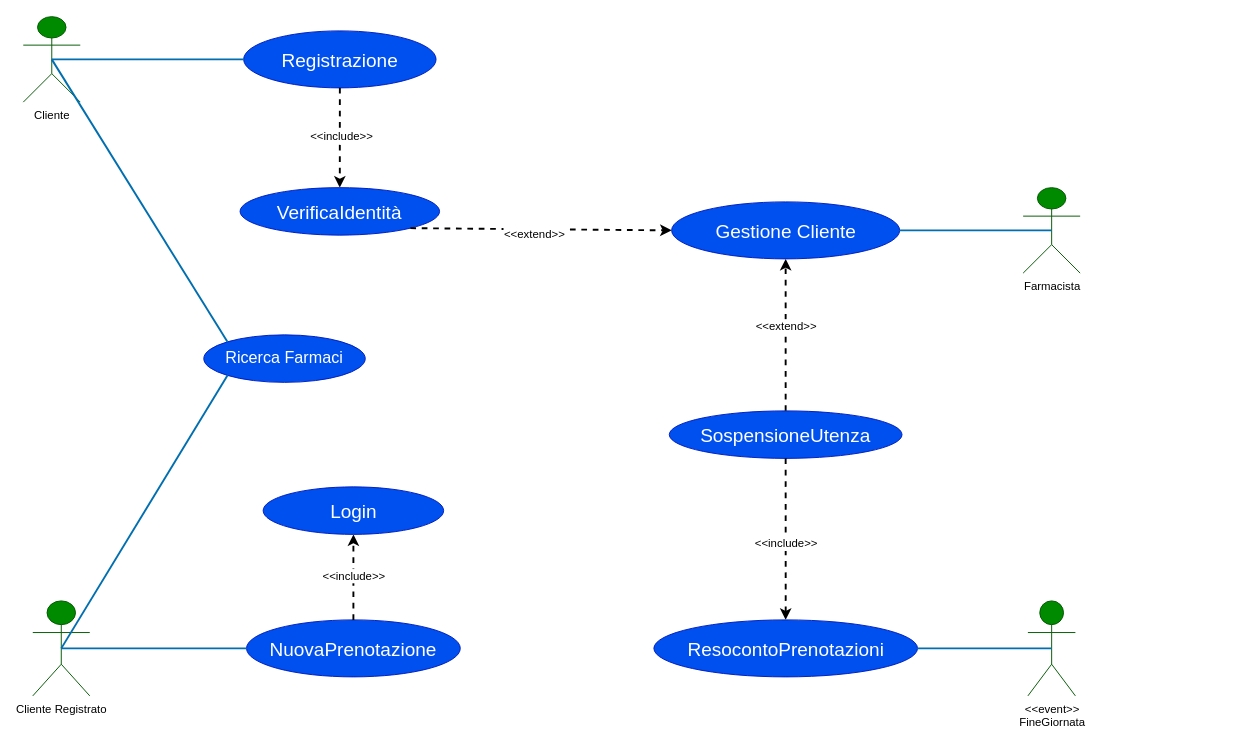
Above: CasiUso.drawio in lnwor/farmabyte-doc (draw.io), before the change. Source tidied: cells renumbered, new cells numbered last; positions are measured from the earlier drawing's top-left corner, leaving out a move shared by most shapes. Both pictures are drawn from the tidied source at 95%, with x=0, y=0 at pixel (23, 16).
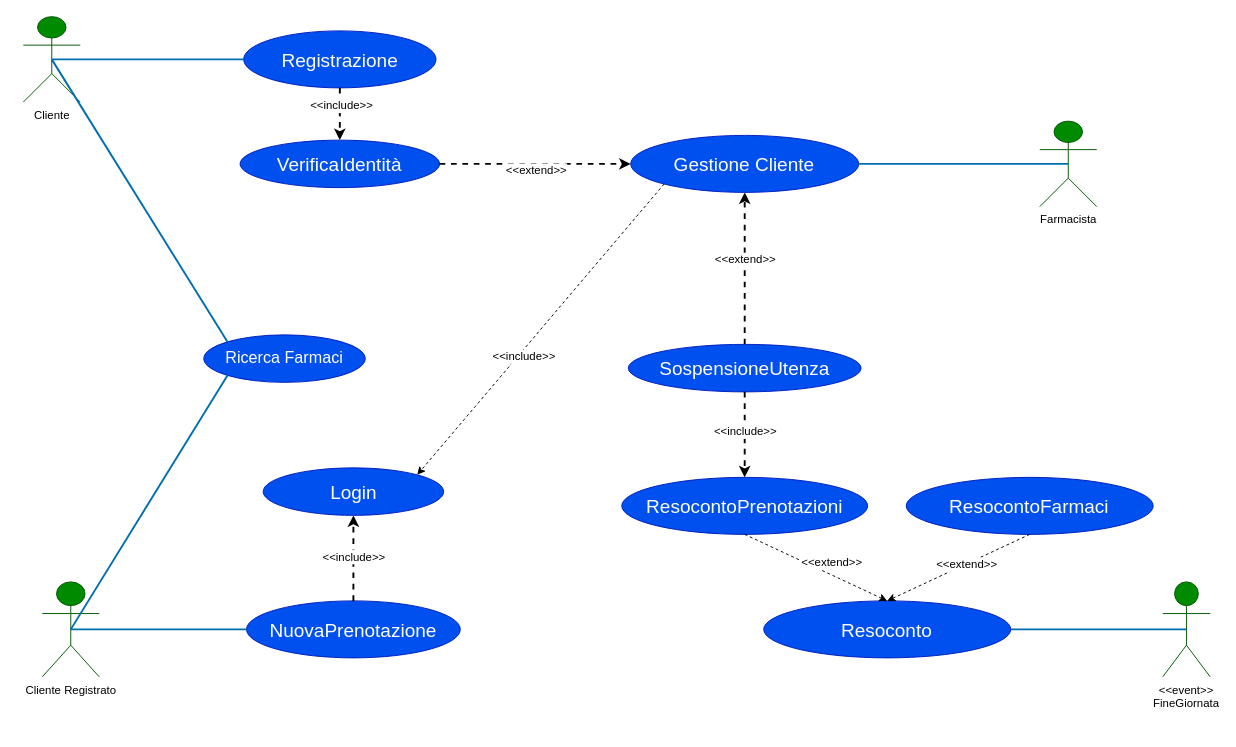
After the change.

Commit message (it also covers changes not shown here):
aggiornati requisiti

What changed in the source:
```diff
@@
     <mxCell id="3" value="Farmacista" style="shape=umlActor;verticalLabelPosition=bottom;verticalAlign=top;html=1;outlineConnect=0;labelBackgroundColor=none;fillColor=#008a00;strokeColor=#005700;" parent="1" vertex="1">
-      <mxGeometry x="1052.5" y="180" width="60" height="90" as="geometry" />
+      <mxGeometry x="1070" y="110" width="60" height="90" as="geometry" />
     </mxCell>
@@
     <mxCell id="5" value="&lt;div&gt;Cliente Registrato&lt;/div&gt;" style="shape=umlActor;verticalLabelPosition=bottom;verticalAlign=top;html=1;outlineConnect=0;labelBackgroundColor=none;fillColor=#008a00;strokeColor=#005700;" parent="1" vertex="1">
-      <mxGeometry x="10" y="615" width="60" height="100" as="geometry" />
+      <mxGeometry x="20" y="595" width="60" height="100" as="geometry" />
     </mxCell>
     <mxCell id="6" value="Gestione Cliente" style="ellipse;whiteSpace=wrap;html=1;labelBackgroundColor=none;fillColor=#0050ef;strokeColor=#001DBC;fontColor=#FFFFFF;fontSize=20;" parent="1" vertex="1">
-      <mxGeometry x="682.5" y="195" width="240" height="60" as="geometry" />
+      <mxGeometry x="639.4" y="125" width="240" height="60" as="geometry" />
     </mxCell>
     <mxCell id="7" value="NuovaPrenotazione" style="ellipse;whiteSpace=wrap;html=1;labelBackgroundColor=none;fontSize=20;fontColor=#ffffff;fillColor=#0050ef;strokeColor=#001DBC;" parent="1" vertex="1">
-      <mxGeometry x="235" y="635" width="225" height="60" as="geometry" />
+      <mxGeometry x="235" y="615" width="225" height="60" as="geometry" />
     </mxCell>
@@
     <mxCell id="10" value="&lt;div&gt;Login&lt;/div&gt;" style="ellipse;whiteSpace=wrap;html=1;labelBackgroundColor=none;fontSize=20;fontColor=#ffffff;fillColor=#0050ef;strokeColor=#001DBC;" parent="1" vertex="1">
-      <mxGeometry x="252.5" y="495" width="190" height="50" as="geometry" />
+      <mxGeometry x="252.5" y="475" width="190" height="50" as="geometry" />
     </mxCell>
     <mxCell id="11" value="VerificaIdentità" style="ellipse;whiteSpace=wrap;html=1;labelBackgroundColor=none;fontSize=20;fontColor=#ffffff;fillColor=#0050ef;strokeColor=#001DBC;" parent="1" vertex="1">
-      <mxGeometry x="228.2" y="180" width="210" height="50" as="geometry" />
+      <mxGeometry x="228.2" y="130" width="210" height="50" as="geometry" />
     </mxCell>
@@
-    <mxCell id="14" style="endArrow=classic;html=1;shadow=0;dashed=1;strokeColor=#000000;strokeWidth=2;fontSize=12;fontColor=#000000;exitX=1;exitY=1;exitDx=0;exitDy=0;entryX=0;entryY=0.5;entryDx=0;entryDy=0;" parent="1" edge="1" source="11" target="6">
+    <mxCell id="14" style="endArrow=classic;html=1;shadow=0;dashed=1;strokeColor=#000000;strokeWidth=2;fontSize=12;fontColor=#000000;exitX=1;exitY=0.5;exitDx=0;exitDy=0;entryX=0;entryY=0.5;entryDx=0;entryDy=0;" parent="1" edge="1" source="11" target="6">
       <mxGeometry relative="1" as="geometry" />
     </mxCell>
@@
-    <mxCell id="21" style="endArrow=none;html=1;shadow=0;strokeColor=#006EAF;strokeWidth=2;fontSize=17;fontColor=#000000;entryX=0.5;entryY=0.5;entryDx=0;entryDy=0;entryPerimeter=0;exitX=1;exitY=0.5;exitDx=0;exitDy=0;fillColor=#1ba1e2;" parent="1" edge="1" source="6" target="3">
+    <mxCell id="21" style="endArrow=none;html=1;shadow=0;strokeColor=#006EAF;strokeWidth=2;fontSize=17;fontColor=#000000;exitX=1;exitY=0.5;exitDx=0;exitDy=0;fillColor=#1ba1e2;entryX=0.5;entryY=0.5;entryDx=0;entryDy=0;entryPerimeter=0;" parent="1" edge="1" source="6" target="3">
       <mxGeometry relative="1" as="geometry" />
     </mxCell>
     <mxCell id="22" value="SospensioneUtenza" style="ellipse;whiteSpace=wrap;html=1;labelBackgroundColor=none;fontSize=20;fontColor=#ffffff;fillColor=#0050ef;strokeColor=#001DBC;direction=west;" parent="1" vertex="1">
-      <mxGeometry x="680" y="415" width="245" height="50" as="geometry" />
+      <mxGeometry x="636.9" y="345" width="245" height="50" as="geometry" />
     </mxCell>
@@
     <mxCell id="25" value="&lt;div&gt;&amp;lt;&amp;lt;event&amp;gt;&amp;gt;&lt;/div&gt;&lt;div&gt;FineGiornata&lt;br&gt;&lt;/div&gt;" style="shape=umlActor;verticalLabelPosition=bottom;verticalAlign=top;html=1;outlineConnect=0;labelBackgroundColor=none;fontSize=12;fillColor=#008a00;strokeColor=#005700;" parent="1" vertex="1">
-      <mxGeometry x="1057.5" y="615" width="50" height="100" as="geometry" />
+      <mxGeometry x="1199.4" y="595" width="50" height="100" as="geometry" />
     </mxCell>
     <mxCell id="26" value="ResocontoPrenotazioni" style="ellipse;whiteSpace=wrap;html=1;labelBackgroundColor=none;fontSize=20;fontColor=#ffffff;fillColor=#0050ef;strokeColor=#001DBC;" parent="1" vertex="1">
-      <mxGeometry x="663.8" y="635" width="277.5" height="60" as="geometry" />
+      <mxGeometry x="630" y="485" width="258.8" height="60" as="geometry" />
     </mxCell>
-    <mxCell id="27" style="endArrow=none;html=1;shadow=0;strokeColor=#006EAF;strokeWidth=2;fontSize=20;fontColor=#000000;entryX=0.5;entryY=0.5;entryDx=0;entryDy=0;entryPerimeter=0;exitX=1;exitY=0.5;exitDx=0;exitDy=0;fillColor=#1ba1e2;" parent="1" edge="1" source="26" target="25">
+    <mxCell id="27" style="endArrow=none;html=1;shadow=0;strokeColor=#006EAF;strokeWidth=2;fontSize=20;fontColor=#000000;entryX=0.5;entryY=0.5;entryDx=0;entryDy=0;entryPerimeter=0;exitX=1;exitY=0.5;exitDx=0;exitDy=0;fillColor=#1ba1e2;" parent="1" edge="1" source="30" target="25">
       <mxGeometry relative="1" as="geometry" />
     </mxCell>
@@
+    <mxCell id="30" value="Resoconto" style="ellipse;whiteSpace=wrap;html=1;fillColor=#0050ef;strokeColor=#001DBC;fontColor=#ffffff;fontSize=20;" parent="1" vertex="1">
+      <mxGeometry x="779.4" y="615" width="260" height="60" as="geometry" />
+    </mxCell>
+    <mxCell id="31" style="endArrow=classic;html=1;fontSize=20;exitX=0.5;exitY=1;exitDx=0;exitDy=0;entryX=0.5;entryY=0;entryDx=0;entryDy=0;dashed=1;" parent="1" edge="1" source="26" target="30">
+      <mxGeometry relative="1" as="geometry" />
+    </mxCell>
+    <mxCell id="32" value="&amp;lt;&amp;lt;extend&amp;gt;&amp;gt;" style="edgeLabel;html=1;align=center;verticalAlign=middle;fontSize=12;" parent="31" vertex="1">
+      <mxGeometry x="0.23" y="3" relative="1" as="geometry">
+        <mxPoint x="-3" y="-11.2" as="offset" />
+      </mxGeometry>
+    </mxCell>
+    <mxCell id="33" value="ResocontoFarmaci" style="ellipse;whiteSpace=wrap;html=1;fontSize=20;fillColor=#0050ef;strokeColor=#001DBC;fontColor=#ffffff;" parent="1" vertex="1">
+      <mxGeometry x="929.4" y="485" width="260" height="60" as="geometry" />
+    </mxCell>
+    <mxCell id="34" style="endArrow=classic;html=1;dashed=1;fontSize=20;exitX=0.5;exitY=1;exitDx=0;exitDy=0;entryX=0.5;entryY=0;entryDx=0;entryDy=0;" parent="1" edge="1" source="33" target="30">
+      <mxGeometry relative="1" as="geometry" />
+    </mxCell>
+    <mxCell id="35" value="&amp;lt;&amp;lt;extend&amp;gt;&amp;gt;" style="edgeLabel;html=1;align=center;verticalAlign=middle;fontSize=12;" parent="34" vertex="1">
+      <mxGeometry x="0.22" y="2" relative="1" as="geometry">
+        <mxPoint x="24.1" y="-12.6" as="offset" />
+      </mxGeometry>
+    </mxCell>
+    <mxCell id="36" style="endArrow=classic;html=1;dashed=1;fontSize=12;exitX=0;exitY=1;exitDx=0;exitDy=0;entryX=1;entryY=0;entryDx=0;entryDy=0;" parent="1" edge="1" source="6" target="10">
+      <mxGeometry relative="1" as="geometry" />
+    </mxCell>
+    <mxCell id="37" value="&amp;lt;&amp;lt;include&amp;gt;&amp;gt;" style="edgeLabel;html=1;align=center;verticalAlign=middle;fontSize=12;" parent="36" vertex="1">
+      <mxGeometry x="0.17" y="5" relative="1" as="geometry">
+        <mxPoint y="-1" as="offset" />
+      </mxGeometry>
+    </mxCell>
```
